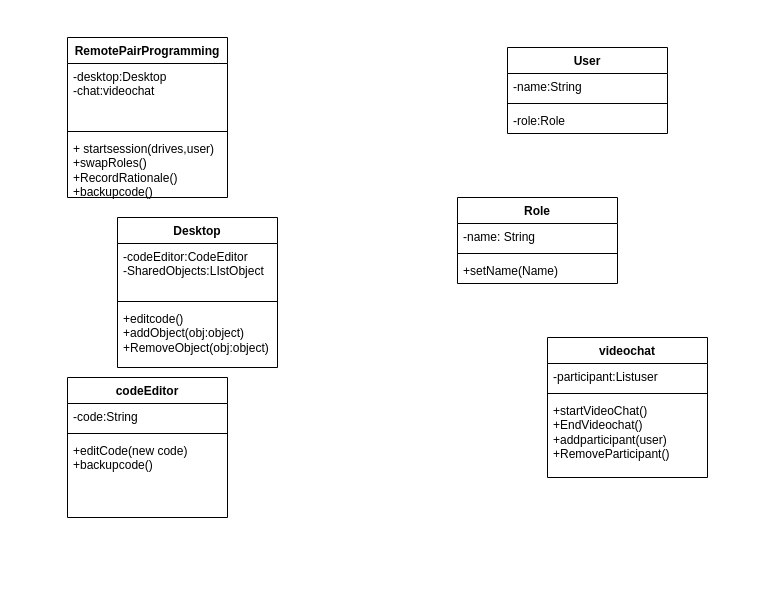
tush47/myuml keeps this draw.io diagram as umlexp52.drawio. Above is the earlier version. Source tidied: cells renumbered, new cells numbered last; positions are measured from the earlier drawing's top-left corner, leaving out a move shared by most shapes. Both pictures are drawn from the tidied source at 100%, with x=0, y=0 at pixel (67, 37).
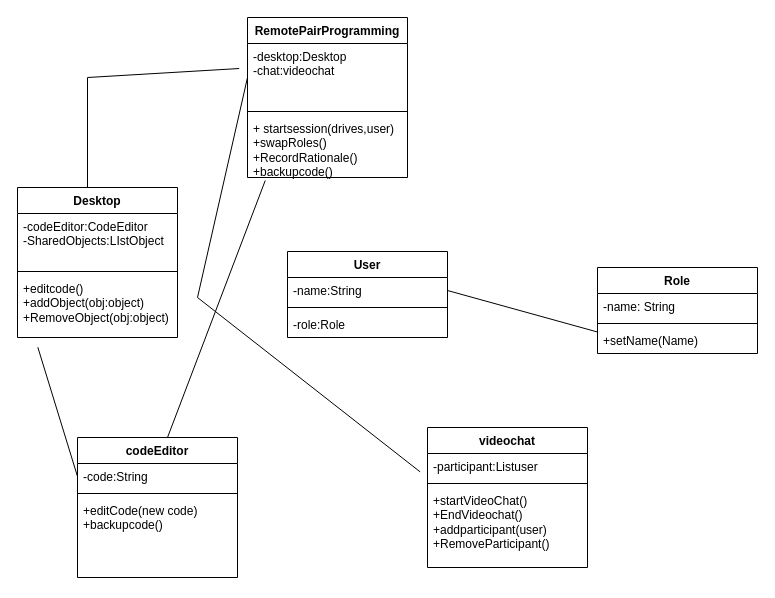
Above is the later version.

The change refers to these unchanged cells:
```xml
<mxCell id="5" value="+editcode()&lt;br&gt;+addObject(obj:object)&lt;br&gt;+RemoveObject(obj:object)" style="text;strokeColor=none;fillColor=none;align=left;verticalAlign=top;spacingLeft=4;spacingRight=4;overflow=hidden;points=[[0,0.5],[1,0.5]];portConstraint=eastwest;whiteSpace=wrap;html=1;" parent="2" vertex="1">
  <mxGeometry y="88" width="160" height="62" as="geometry" />
</mxCell>
<mxCell id="7" value="-participant:Listuser" style="text;strokeColor=none;fillColor=none;align=left;verticalAlign=top;spacingLeft=4;spacingRight=4;overflow=hidden;points=[[0,0.5],[1,0.5]];portConstraint=eastwest;whiteSpace=wrap;html=1;" parent="6" vertex="1">
  <mxGeometry y="26" width="160" height="26" as="geometry" />
</mxCell>
<mxCell id="11" value="-name:String" style="text;strokeColor=none;fillColor=none;align=left;verticalAlign=top;spacingLeft=4;spacingRight=4;overflow=hidden;points=[[0,0.5],[1,0.5]];portConstraint=eastwest;whiteSpace=wrap;html=1;" parent="10" vertex="1">
  <mxGeometry y="26" width="160" height="26" as="geometry" />
</mxCell>
<mxCell id="15" value="-code:String" style="text;strokeColor=none;fillColor=none;align=left;verticalAlign=top;spacingLeft=4;spacingRight=4;overflow=hidden;points=[[0,0.5],[1,0.5]];portConstraint=eastwest;whiteSpace=wrap;html=1;" parent="14" vertex="1">
  <mxGeometry y="26" width="160" height="26" as="geometry" />
</mxCell>
<mxCell id="19" value="-desktop:Desktop&lt;br&gt;-chat:videochat" style="text;strokeColor=none;fillColor=none;align=left;verticalAlign=top;spacingLeft=4;spacingRight=4;overflow=hidden;points=[[0,0.5],[1,0.5]];portConstraint=eastwest;whiteSpace=wrap;html=1;" parent="18" vertex="1">
  <mxGeometry y="26" width="160" height="64" as="geometry" />
</mxCell>
<mxCell id="21" value="+ startsession(drives,user)&lt;br&gt;+swapRoles()&lt;br&gt;+RecordRationale()&lt;br&gt;+backupcode()" style="text;strokeColor=none;fillColor=none;align=left;verticalAlign=top;spacingLeft=4;spacingRight=4;overflow=hidden;points=[[0,0.5],[1,0.5]];portConstraint=eastwest;whiteSpace=wrap;html=1;" parent="18" vertex="1">
  <mxGeometry y="98" width="160" height="62" as="geometry" />
</mxCell>
```

What changed in the source:
```diff
@@
     <mxCell id="2" value="Desktop" style="swimlane;fontStyle=1;align=center;verticalAlign=top;horizontal=1;startSize=26;whiteSpace=wrap;html=1;" parent="1" vertex="1">
-      <mxGeometry x="50" y="180" width="160" height="150" as="geometry" />
+      <mxGeometry x="-50" y="150" width="160" height="150" as="geometry" />
     </mxCell>
@@
     <mxCell id="6" value="videochat" style="swimlane;fontStyle=1;align=center;verticalAlign=top;horizontal=1;startSize=26;whiteSpace=wrap;html=1;" parent="1" vertex="1">
-      <mxGeometry x="480" y="300" width="160" height="140" as="geometry" />
+      <mxGeometry x="360" y="390" width="160" height="140" as="geometry" />
     </mxCell>
@@
     <mxCell id="10" value="User" style="swimlane;fontStyle=1;align=center;verticalAlign=top;horizontal=1;startSize=26;whiteSpace=wrap;html=1;" parent="1" vertex="1">
-      <mxGeometry x="440" y="10" width="160" height="86" as="geometry" />
+      <mxGeometry x="220" y="214" width="160" height="86" as="geometry" />
     </mxCell>
@@
     <mxCell id="14" value="codeEditor" style="swimlane;fontStyle=1;align=center;verticalAlign=top;horizontal=1;startSize=26;whiteSpace=wrap;html=1;" parent="1" vertex="1">
-      <mxGeometry y="340" width="160" height="140" as="geometry" />
+      <mxGeometry x="10" y="400" width="160" height="140" as="geometry" />
     </mxCell>
@@
     <mxCell id="18" value="RemotePairProgramming" style="swimlane;fontStyle=1;align=center;verticalAlign=top;horizontal=1;startSize=26;whiteSpace=wrap;html=1;" parent="1" vertex="1">
-      <mxGeometry width="160" height="160" as="geometry" />
+      <mxGeometry x="180" y="-20" width="160" height="160" as="geometry" />
     </mxCell>
@@
     <mxCell id="22" value="Role" style="swimlane;fontStyle=1;align=center;verticalAlign=top;horizontal=1;startSize=26;whiteSpace=wrap;html=1;" parent="1" vertex="1">
-      <mxGeometry x="390" y="160" width="160" height="86" as="geometry" />
+      <mxGeometry x="530" y="230" width="160" height="86" as="geometry" />
     </mxCell>
@@
+    <mxCell id="26" style="endArrow=none;html=1;rounded=0;entryX=-0.046;entryY=0.706;entryDx=0;entryDy=0;entryPerimeter=0;" parent="1" edge="1" target="7">
+      <mxGeometry relative="1" as="geometry">
+        <mxPoint x="180" y="40" as="sourcePoint" />
+        <Array as="points">
+          <mxPoint x="130" y="260" />
+        </Array>
+      </mxGeometry>
+    </mxCell>
+    <mxCell id="27" style="endArrow=none;html=1;rounded=0;entryX=0.111;entryY=1.048;entryDx=0;entryDy=0;entryPerimeter=0;" parent="1" edge="1" target="21">
+      <mxGeometry relative="1" as="geometry">
+        <mxPoint x="100" y="400" as="sourcePoint" />
+      </mxGeometry>
+    </mxCell>
+    <mxCell id="28" style="endArrow=none;html=1;rounded=0;entryX=-0.052;entryY=0.391;entryDx=0;entryDy=0;entryPerimeter=0;" parent="1" edge="1" target="19">
+      <mxGeometry relative="1" as="geometry">
+        <mxPoint x="20" y="150" as="sourcePoint" />
+        <Array as="points">
+          <mxPoint x="20" y="40" />
+        </Array>
+      </mxGeometry>
+    </mxCell>
+    <mxCell id="29" style="endArrow=none;html=1;rounded=0;exitX=0;exitY=0.5;exitDx=0;exitDy=0;entryX=0.127;entryY=1.157;entryDx=0;entryDy=0;entryPerimeter=0;" parent="1" edge="1" source="15" target="5">
+      <mxGeometry relative="1" as="geometry" />
+    </mxCell>
+    <mxCell id="30" style="endArrow=none;html=1;rounded=0;exitX=0;exitY=0.75;exitDx=0;exitDy=0;entryX=1;entryY=0.5;entryDx=0;entryDy=0;" parent="1" edge="1" source="22" target="11">
+      <mxGeometry relative="1" as="geometry" />
+    </mxCell>
```
